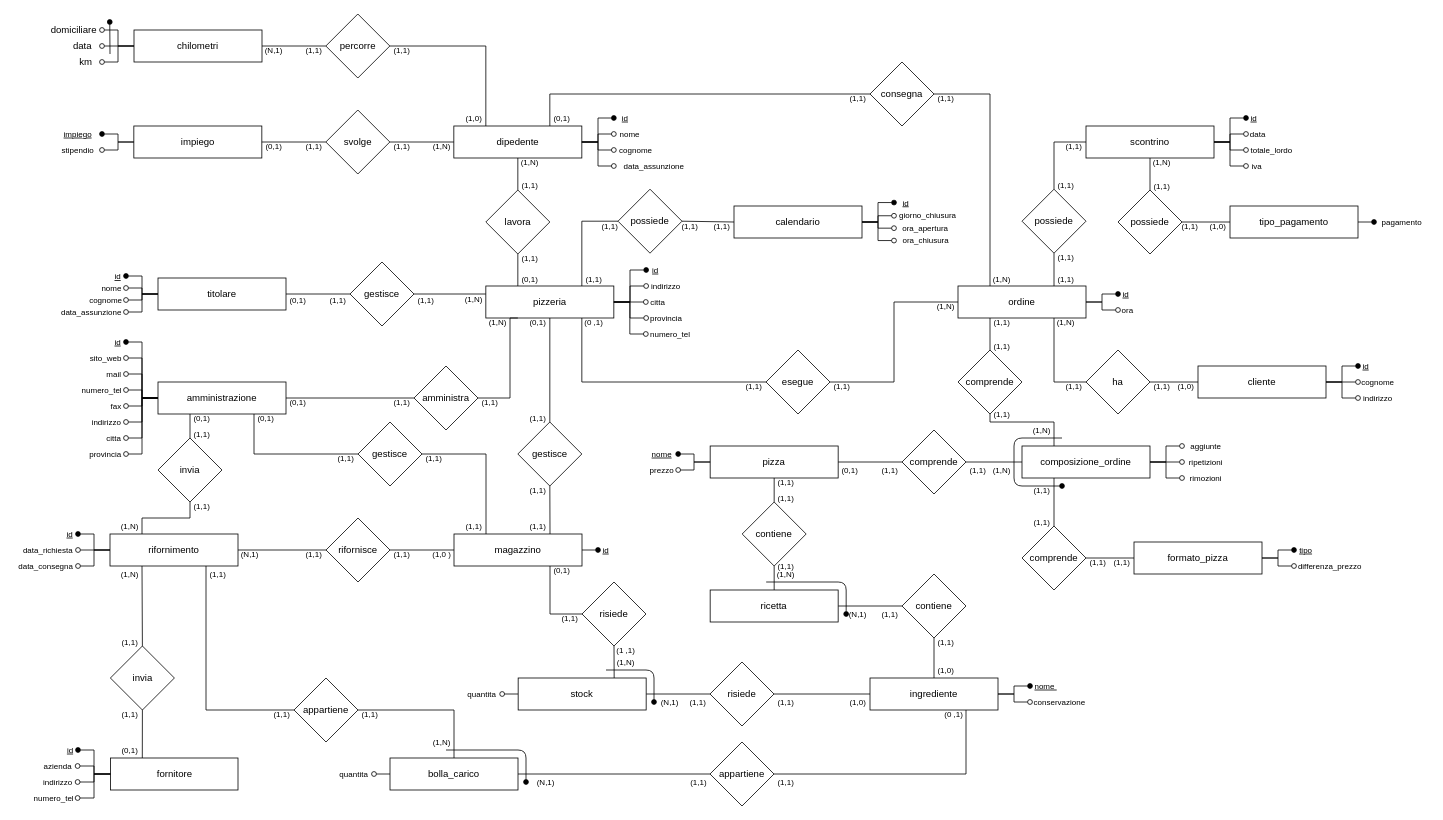
This is Draw/PaduPizzaER-ristrutturato.drawio from NicholasPilotto/PaduPizza, a draw.io file, before an edit. Source tidied: cells renumbered, new cells numbered last; positions are measured from the earlier drawing's top-left corner, leaving out a move shared by most shapes. Both pictures are drawn from the tidied source at 80%, with x=0, y=0 at pixel (14, 14).
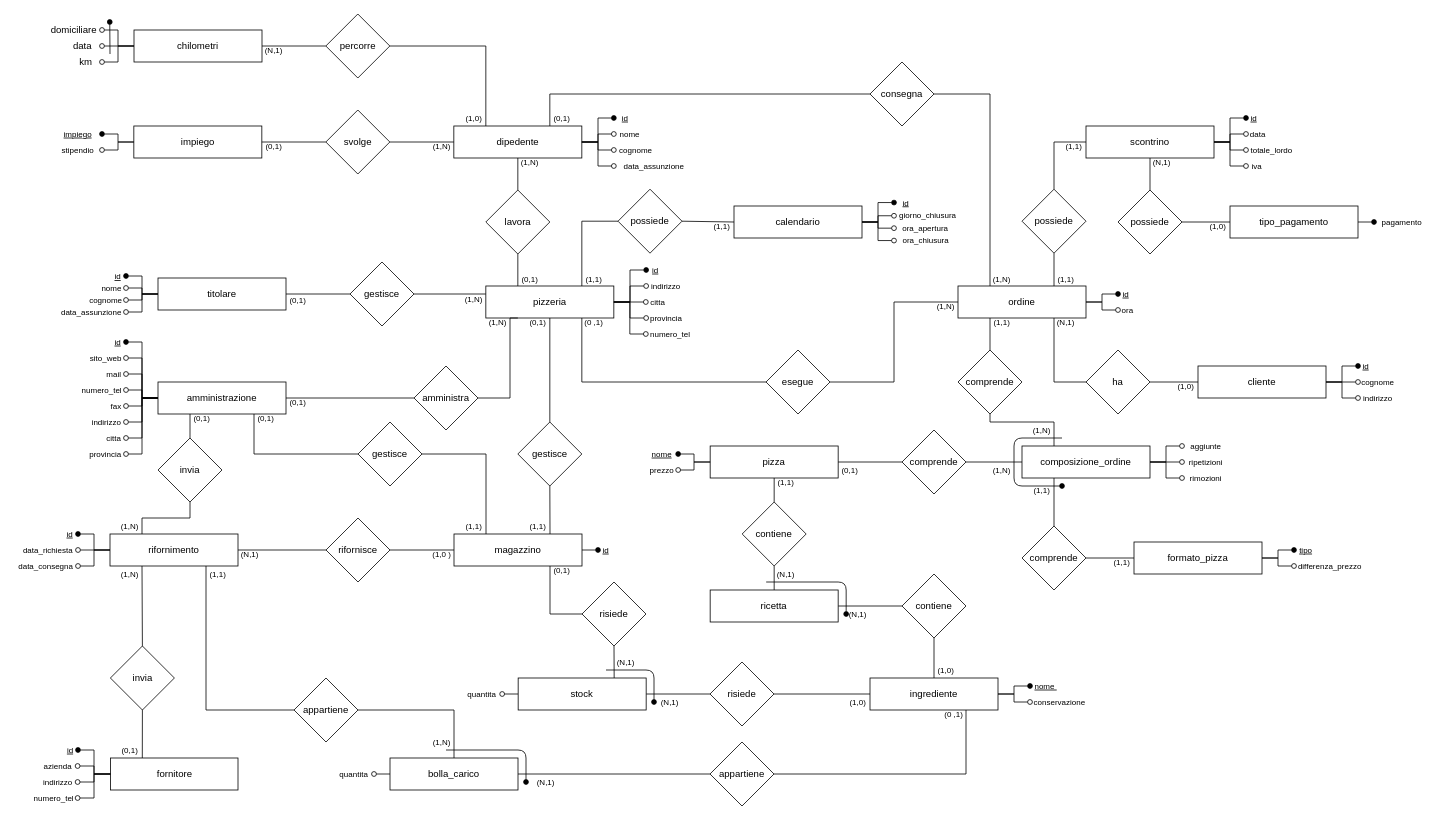
The same diagram, later.

Change to the diagram source:
```diff
@@
-    <mxCell id="211" value="(1,1)" style="text;html=1;strokeColor=none;fillColor=none;align=center;verticalAlign=middle;whiteSpace=wrap;rounded=0;fontSize=10;" parent="1" vertex="1">
-      <mxGeometry x="1150" y="779.8" width="30" height="10" as="geometry" />
-    </mxCell>
@@
-    <mxCell id="217" value="(1,1)" style="text;html=1;strokeColor=none;fillColor=none;align=center;verticalAlign=middle;whiteSpace=wrap;rounded=0;fontSize=10;" parent="1" vertex="1">
-      <mxGeometry x="360" y="40" width="30" height="10" as="geometry" />
-    </mxCell>
-    <mxCell id="218" value="(1,1)" style="text;html=1;strokeColor=none;fillColor=none;align=center;verticalAlign=middle;whiteSpace=wrap;rounded=0;fontSize=10;" parent="1" vertex="1">
-      <mxGeometry x="469.8" y="40" width="30" height="10" as="geometry" />
-    </mxCell>
@@
-    <mxCell id="221" value="(1,1)" style="text;html=1;strokeColor=none;fillColor=none;align=center;verticalAlign=middle;whiteSpace=wrap;rounded=0;fontSize=10;" parent="1" vertex="1">
-      <mxGeometry x="359.8" y="160" width="30" height="10" as="geometry" />
-    </mxCell>
-    <mxCell id="222" value="(1,1)" style="text;html=1;strokeColor=none;fillColor=none;align=center;verticalAlign=middle;whiteSpace=wrap;rounded=0;fontSize=10;" parent="1" vertex="1">
-      <mxGeometry x="469.8" y="160" width="30" height="10" as="geometry" />
-    </mxCell>
@@
-    <mxCell id="225" value="(1,1)" style="text;html=1;strokeColor=none;fillColor=none;align=center;verticalAlign=middle;whiteSpace=wrap;rounded=0;fontSize=10;" parent="1" vertex="1">
-      <mxGeometry x="1040" y="100" width="30" height="10" as="geometry" />
-    </mxCell>
-    <mxCell id="226" value="(1,1)" style="text;html=1;strokeColor=none;fillColor=none;align=center;verticalAlign=middle;whiteSpace=wrap;rounded=0;fontSize=10;" parent="1" vertex="1">
-      <mxGeometry x="1150" y="100" width="30" height="10" as="geometry" />
-    </mxCell>
@@
-    <mxCell id="229" value="(1,1)" style="text;html=1;strokeColor=none;fillColor=none;align=center;verticalAlign=middle;whiteSpace=wrap;rounded=0;fontSize=10;" parent="1" vertex="1">
-      <mxGeometry x="730" y="260.2" width="30" height="10" as="geometry" />
-    </mxCell>
-    <mxCell id="230" value="(1,1)" style="text;html=1;strokeColor=none;fillColor=none;align=center;verticalAlign=middle;whiteSpace=wrap;rounded=0;fontSize=10;" parent="1" vertex="1">
-      <mxGeometry x="830.2" y="260.2" width="30" height="10" as="geometry" />
-    </mxCell>
@@
-    <mxCell id="233" value="(1,1)" style="text;html=1;strokeColor=none;fillColor=none;align=center;verticalAlign=middle;whiteSpace=wrap;rounded=0;fontSize=10;" parent="1" vertex="1">
-      <mxGeometry x="630.2" y="300" width="30" height="10" as="geometry" />
-    </mxCell>
-    <mxCell id="234" value="(1,1)" style="text;html=1;strokeColor=none;fillColor=none;align=center;verticalAlign=middle;whiteSpace=wrap;rounded=0;fontSize=10;" parent="1" vertex="1">
-      <mxGeometry x="630.2" y="209" width="30" height="10" as="geometry" />
-    </mxCell>
@@
-    <mxCell id="237" value="(1,1)" style="text;html=1;strokeColor=none;fillColor=none;align=center;verticalAlign=middle;whiteSpace=wrap;rounded=0;fontSize=10;" parent="1" vertex="1">
-      <mxGeometry x="390" y="352.5" width="30" height="10" as="geometry" />
-    </mxCell>
-    <mxCell id="238" value="(1,1)" style="text;html=1;strokeColor=none;fillColor=none;align=center;verticalAlign=middle;whiteSpace=wrap;rounded=0;fontSize=10;" parent="1" vertex="1">
-      <mxGeometry x="499.8" y="352.5" width="30" height="10" as="geometry" />
-    </mxCell>
@@
-    <mxCell id="241" value="(1,1)" style="text;html=1;strokeColor=none;fillColor=none;align=center;verticalAlign=middle;whiteSpace=wrap;rounded=0;fontSize=10;" parent="1" vertex="1">
-      <mxGeometry x="1300" y="299" width="30" height="10" as="geometry" />
-    </mxCell>
-    <mxCell id="242" value="(1,1)" style="text;html=1;strokeColor=none;fillColor=none;align=center;verticalAlign=middle;whiteSpace=wrap;rounded=0;fontSize=10;" parent="1" vertex="1">
-      <mxGeometry x="1300" y="209" width="30" height="10" as="geometry" />
-    </mxCell>
@@
-    <mxCell id="244" value="(1,1)" style="text;html=1;strokeColor=none;fillColor=none;align=center;verticalAlign=middle;whiteSpace=wrap;rounded=0;fontSize=10;" parent="1" vertex="1">
-      <mxGeometry x="1310" y="460" width="30" height="10" as="geometry" />
-    </mxCell>
-    <mxCell id="245" value="(1,1)" style="text;html=1;strokeColor=none;fillColor=none;align=center;verticalAlign=middle;whiteSpace=wrap;rounded=0;fontSize=10;" parent="1" vertex="1">
-      <mxGeometry x="1420" y="460" width="30" height="10" as="geometry" />
-    </mxCell>
@@
-    <mxCell id="248" value="(1,1)" style="text;html=1;strokeColor=none;fillColor=none;align=center;verticalAlign=middle;whiteSpace=wrap;rounded=0;fontSize=10;" parent="1" vertex="1">
-      <mxGeometry x="580" y="480" width="30" height="10" as="geometry" />
-    </mxCell>
-    <mxCell id="249" value="(1,1)" style="text;html=1;strokeColor=none;fillColor=none;align=center;verticalAlign=middle;whiteSpace=wrap;rounded=0;fontSize=10;" parent="1" vertex="1">
-      <mxGeometry x="470" y="480" width="30" height="10" as="geometry" />
-    </mxCell>
@@
-    <mxCell id="252" value="(1,1)" style="text;html=1;strokeColor=none;fillColor=none;align=center;verticalAlign=middle;whiteSpace=wrap;rounded=0;fontSize=10;" parent="1" vertex="1">
-      <mxGeometry x="220" y="520" width="30" height="10" as="geometry" />
-    </mxCell>
-    <mxCell id="253" value="(1,1)" style="text;html=1;strokeColor=none;fillColor=none;align=center;verticalAlign=middle;whiteSpace=wrap;rounded=0;fontSize=10;" parent="1" vertex="1">
-      <mxGeometry x="220" y="610" width="30" height="10" as="geometry" />
-    </mxCell>
@@
-    <mxCell id="256" value="(1,1)" style="text;html=1;strokeColor=none;fillColor=none;align=center;verticalAlign=middle;whiteSpace=wrap;rounded=0;fontSize=10;" parent="1" vertex="1">
-      <mxGeometry x="400" y="550" width="30" height="10" as="geometry" />
-    </mxCell>
-    <mxCell id="257" value="(1,1)" style="text;html=1;strokeColor=none;fillColor=none;align=center;verticalAlign=middle;whiteSpace=wrap;rounded=0;fontSize=10;" parent="1" vertex="1">
-      <mxGeometry x="510" y="550" width="30" height="10" as="geometry" />
-    </mxCell>
@@
-    <mxCell id="260" value="(1,1)" style="text;html=1;strokeColor=none;fillColor=none;align=center;verticalAlign=middle;whiteSpace=wrap;rounded=0;fontSize=10;" parent="1" vertex="1">
-      <mxGeometry x="639.8" y="500" width="30" height="10" as="geometry" />
-    </mxCell>
-    <mxCell id="261" value="(1,1)" style="text;html=1;strokeColor=none;fillColor=none;align=center;verticalAlign=middle;whiteSpace=wrap;rounded=0;fontSize=10;" parent="1" vertex="1">
-      <mxGeometry x="639.8" y="590" width="30" height="10" as="geometry" />
-    </mxCell>
@@
-    <mxCell id="264" value="(1,1)" style="text;html=1;strokeColor=none;fillColor=none;align=center;verticalAlign=middle;whiteSpace=wrap;rounded=0;fontSize=10;" parent="1" vertex="1">
-      <mxGeometry x="910.2" y="460" width="30" height="10" as="geometry" />
-    </mxCell>
-    <mxCell id="265" value="(1,1)" style="text;html=1;strokeColor=none;fillColor=none;align=center;verticalAlign=middle;whiteSpace=wrap;rounded=0;fontSize=10;" parent="1" vertex="1">
-      <mxGeometry x="1020" y="460" width="30" height="10" as="geometry" />
-    </mxCell>
@@
-    <mxCell id="268" value="(1,1)" style="text;html=1;strokeColor=none;fillColor=none;align=center;verticalAlign=middle;whiteSpace=wrap;rounded=0;fontSize=10;" parent="1" vertex="1">
-      <mxGeometry x="130" y="779.8" width="30" height="10" as="geometry" />
-    </mxCell>
-    <mxCell id="269" value="(1,1)" style="text;html=1;strokeColor=none;fillColor=none;align=center;verticalAlign=middle;whiteSpace=wrap;rounded=0;fontSize=10;" parent="1" vertex="1">
-      <mxGeometry x="130" y="870" width="30" height="10" as="geometry" />
-    </mxCell>
@@
-    <mxCell id="272" value="(1,1)" style="text;html=1;strokeColor=none;fillColor=none;align=center;verticalAlign=middle;whiteSpace=wrap;rounded=0;fontSize=10;" parent="1" vertex="1">
-      <mxGeometry x="359.8" y="670" width="30" height="10" as="geometry" />
-    </mxCell>
-    <mxCell id="273" value="(1,1)" style="text;html=1;strokeColor=none;fillColor=none;align=center;verticalAlign=middle;whiteSpace=wrap;rounded=0;fontSize=10;" parent="1" vertex="1">
-      <mxGeometry x="470" y="670" width="30" height="10" as="geometry" />
-    </mxCell>
@@
-    <mxCell id="276" value="(1,1)" style="text;html=1;strokeColor=none;fillColor=none;align=center;verticalAlign=middle;whiteSpace=wrap;rounded=0;fontSize=10;" parent="1" vertex="1">
-      <mxGeometry x="320" y="870" width="30" height="10" as="geometry" />
-    </mxCell>
-    <mxCell id="277" value="(1,1)" style="text;html=1;strokeColor=none;fillColor=none;align=center;verticalAlign=middle;whiteSpace=wrap;rounded=0;fontSize=10;" parent="1" vertex="1">
-      <mxGeometry x="430" y="870" width="30" height="10" as="geometry" />
-    </mxCell>
@@
-    <mxCell id="280" value="(1,1)" style="text;html=1;strokeColor=none;fillColor=none;align=center;verticalAlign=middle;whiteSpace=wrap;rounded=0;fontSize=10;" parent="1" vertex="1">
-      <mxGeometry x="680" y="750" width="30" height="10" as="geometry" />
-    </mxCell>
-    <mxCell id="281" value="(1 ,1)" style="text;html=1;strokeColor=none;fillColor=none;align=center;verticalAlign=middle;whiteSpace=wrap;rounded=0;fontSize=10;" parent="1" vertex="1">
-      <mxGeometry x="750" y="789.8" width="30" height="10" as="geometry" />
-    </mxCell>
-    <mxCell id="282" value="(1,N)" style="text;html=1;strokeColor=none;fillColor=none;align=center;verticalAlign=middle;whiteSpace=wrap;rounded=0;fontSize=10;" parent="1" vertex="1">
+    <mxCell id="282" value="(N,1)" style="text;html=1;strokeColor=none;fillColor=none;align=center;verticalAlign=middle;whiteSpace=wrap;rounded=0;fontSize=10;" parent="1" vertex="1">
       <mxGeometry x="750" y="805" width="30" height="10.2" as="geometry" />
     </mxCell>
@@
-    <mxCell id="284" value="(1,1)" style="text;html=1;strokeColor=none;fillColor=none;align=center;verticalAlign=middle;whiteSpace=wrap;rounded=0;fontSize=10;" parent="1" vertex="1">
-      <mxGeometry x="841.2" y="955" width="30" height="10" as="geometry" />
-    </mxCell>
-    <mxCell id="285" value="(1,1)" style="text;html=1;strokeColor=none;fillColor=none;align=center;verticalAlign=middle;whiteSpace=wrap;rounded=0;fontSize=10;" parent="1" vertex="1">
-      <mxGeometry x="950" y="955" width="30" height="10" as="geometry" />
-    </mxCell>
@@
-    <mxCell id="288" value="(1,1)" style="text;html=1;strokeColor=none;fillColor=none;align=center;verticalAlign=middle;whiteSpace=wrap;rounded=0;fontSize=10;" parent="1" vertex="1">
-      <mxGeometry x="839.8" y="855" width="30" height="10" as="geometry" />
-    </mxCell>
-    <mxCell id="289" value="(1,1)" style="text;html=1;strokeColor=none;fillColor=none;align=center;verticalAlign=middle;whiteSpace=wrap;rounded=0;fontSize=10;" parent="1" vertex="1">
-      <mxGeometry x="950" y="855" width="30" height="10" as="geometry" />
-    </mxCell>
@@
-    <mxCell id="292" value="(1,1)" style="text;html=1;strokeColor=none;fillColor=none;align=center;verticalAlign=middle;whiteSpace=wrap;rounded=0;fontSize=10;" parent="1" vertex="1">
-      <mxGeometry x="1080" y="745" width="30" height="10" as="geometry" />
-    </mxCell>
@@
-    <mxCell id="295" value="(1,1)" style="text;html=1;strokeColor=none;fillColor=none;align=center;verticalAlign=middle;whiteSpace=wrap;rounded=0;fontSize=10;" parent="1" vertex="1">
-      <mxGeometry x="950" y="600" width="30" height="10" as="geometry" />
-    </mxCell>
-    <mxCell id="296" value="(1,1)" style="text;html=1;strokeColor=none;fillColor=none;align=center;verticalAlign=middle;whiteSpace=wrap;rounded=0;fontSize=10;" parent="1" vertex="1">
-      <mxGeometry x="950" y="685" width="30" height="10" as="geometry" />
-    </mxCell>
-    <mxCell id="297" value="(1,N)" style="text;html=1;strokeColor=none;fillColor=none;align=center;verticalAlign=middle;whiteSpace=wrap;rounded=0;fontSize=10;" parent="1" vertex="1">
+    <mxCell id="297" value="(N,1)" style="text;html=1;strokeColor=none;fillColor=none;align=center;verticalAlign=middle;whiteSpace=wrap;rounded=0;fontSize=10;" parent="1" vertex="1">
       <mxGeometry x="950" y="695" width="30" height="10.2" as="geometry" />
     </mxCell>
@@
-    <mxCell id="299" value="(1,1)" style="text;html=1;strokeColor=none;fillColor=none;align=center;verticalAlign=middle;whiteSpace=wrap;rounded=0;fontSize=10;" parent="1" vertex="1">
-      <mxGeometry x="1080" y="565" width="30" height="10" as="geometry" />
-    </mxCell>
-    <mxCell id="300" value="(1,1)" style="text;html=1;strokeColor=none;fillColor=none;align=center;verticalAlign=middle;whiteSpace=wrap;rounded=0;fontSize=10;" parent="1" vertex="1">
-      <mxGeometry x="1190" y="565" width="30" height="10" as="geometry" />
-    </mxCell>
@@
-    <mxCell id="303" value="(1,1)" style="text;html=1;strokeColor=none;fillColor=none;align=center;verticalAlign=middle;whiteSpace=wrap;rounded=0;fontSize=10;" parent="1" vertex="1">
-      <mxGeometry x="1220" y="410" width="30" height="10" as="geometry" />
-    </mxCell>
-    <mxCell id="304" value="(1,1)" style="text;html=1;strokeColor=none;fillColor=none;align=center;verticalAlign=middle;whiteSpace=wrap;rounded=0;fontSize=10;" parent="1" vertex="1">
-      <mxGeometry x="1220" y="495" width="30" height="10" as="geometry" />
-    </mxCell>
@@
-    <mxCell id="307" value="(1,1)" style="text;html=1;strokeColor=none;fillColor=none;align=center;verticalAlign=middle;whiteSpace=wrap;rounded=0;fontSize=10;" parent="1" vertex="1">
-      <mxGeometry x="1270" y="630" width="30" height="10" as="geometry" />
-    </mxCell>
-    <mxCell id="308" value="(1,1)" style="text;html=1;strokeColor=none;fillColor=none;align=center;verticalAlign=middle;whiteSpace=wrap;rounded=0;fontSize=10;" parent="1" vertex="1">
-      <mxGeometry x="1340" y="680" width="30" height="10" as="geometry" />
-    </mxCell>
@@
-    <mxCell id="316" value="(1,1)" style="text;html=1;strokeColor=none;fillColor=none;align=center;verticalAlign=middle;whiteSpace=wrap;rounded=0;fontSize=10;" parent="1" vertex="1">
-      <mxGeometry x="1455" y="260.2" width="30" height="10" as="geometry" />
-    </mxCell>
-    <mxCell id="317" value="(1,1)" style="text;html=1;strokeColor=none;fillColor=none;align=center;verticalAlign=middle;whiteSpace=wrap;rounded=0;fontSize=10;" parent="1" vertex="1">
-      <mxGeometry x="1420" y="210" width="30" height="10" as="geometry" />
-    </mxCell>
@@
-    <mxCell id="319" value="(1,N)" style="text;html=1;strokeColor=none;fillColor=none;align=center;verticalAlign=middle;whiteSpace=wrap;rounded=0;fontSize=10;" parent="1" vertex="1">
+    <mxCell id="319" value="(N,1)" style="text;html=1;strokeColor=none;fillColor=none;align=center;verticalAlign=middle;whiteSpace=wrap;rounded=0;fontSize=10;" parent="1" vertex="1">
       <mxGeometry x="1420" y="180" width="30" height="10" as="geometry" />
     </mxCell>
-    <mxCell id="320" value="(1,N)" style="text;html=1;strokeColor=none;fillColor=none;align=center;verticalAlign=middle;whiteSpace=wrap;rounded=0;fontSize=10;" parent="1" vertex="1">
+    <mxCell id="320" value="(N,1)" style="text;html=1;strokeColor=none;fillColor=none;align=center;verticalAlign=middle;whiteSpace=wrap;rounded=0;fontSize=10;" parent="1" vertex="1">
       <mxGeometry x="1300" y="380.2" width="30" height="10" as="geometry" />
     </mxCell>
```
